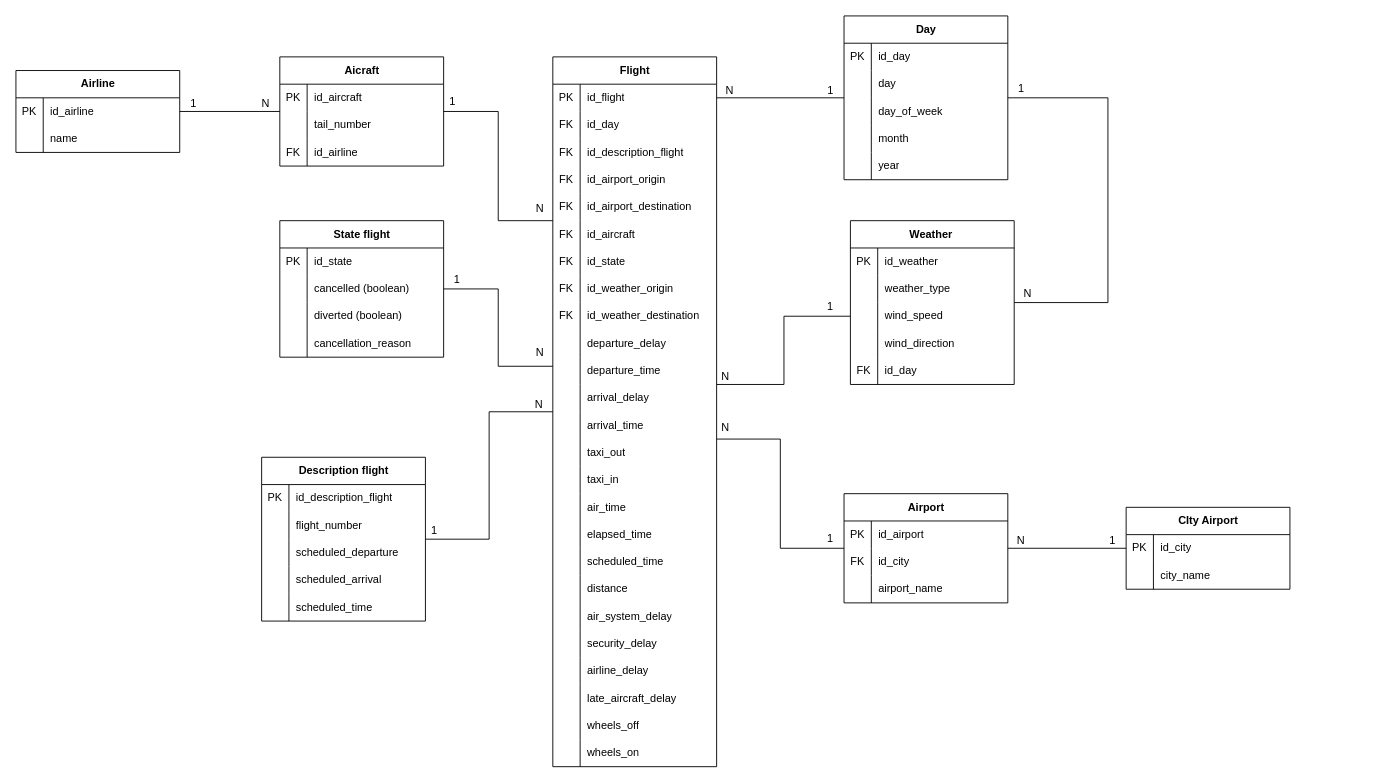
Above: SnowFlake_flights_weather.drawio in NIKFIORE/DataWarehouse_Flights-Weather (draw.io), before the change. Source tidied: cells renumbered, new cells numbered last; positions are measured from the earlier drawing's top-left corner, leaving out a move shared by most shapes. Both pictures are drawn from the tidied source at 91%, with x=0, y=0 at pixel (15, 15).
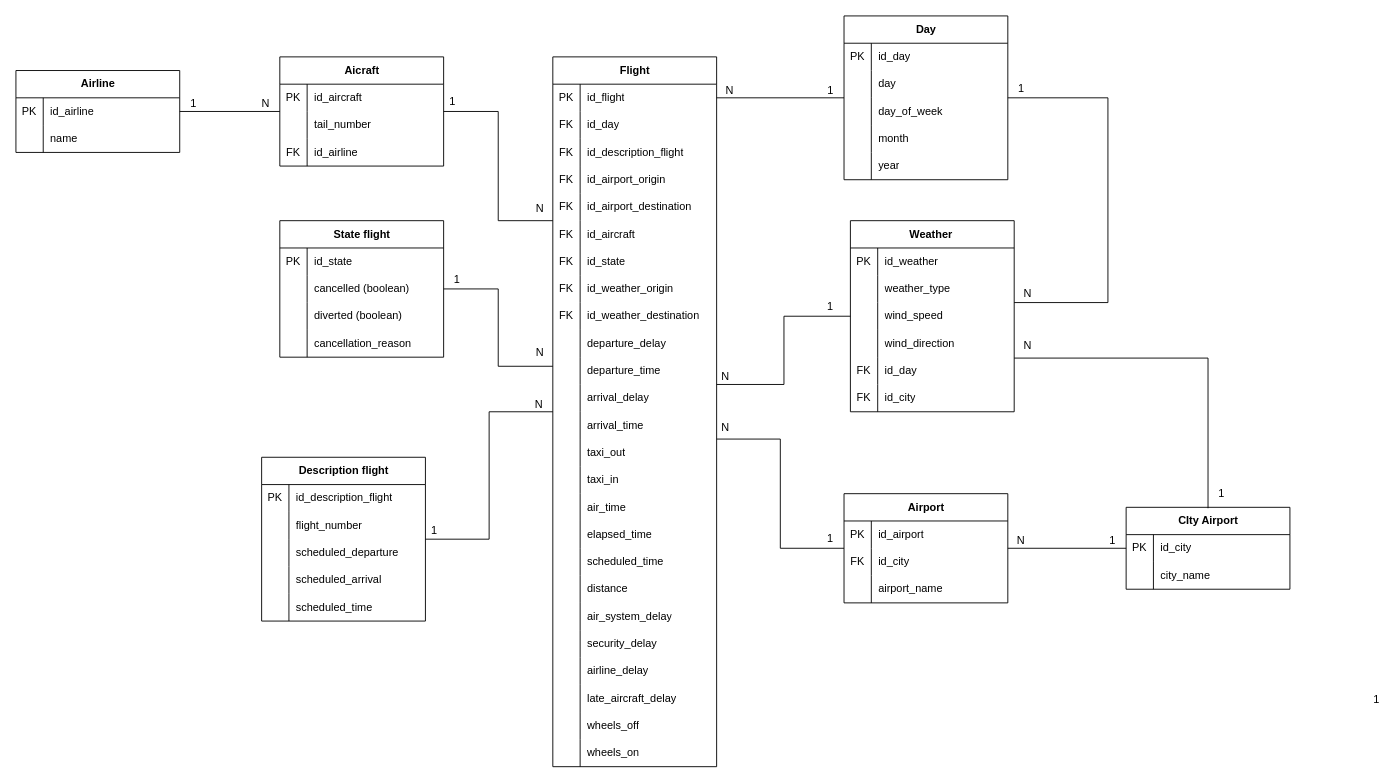
The same diagram, later.

What changed in the source:
```diff
@@
     <mxCell id="151" value="Weather&amp;nbsp;" style="shape=table;startSize=30;childLayout=tableLayout;rowLines=0;fontStyle=1;align=center;html=1;" parent="1" vertex="1">
-      <mxGeometry x="917" y="225" width="180" height="180" as="geometry" />
+      <mxGeometry x="917" y="225" width="180" height="210" as="geometry" />
     </mxCell>
@@
+    <mxCell id="200" style="shape=tableRow;horizontal=0;startSize=0;swimlaneHead=0;swimlaneBody=0;fillColor=none;top=0;left=0;right=0;bottom=0;" parent="151" vertex="1">
+      <mxGeometry y="180" width="180" height="30" as="geometry" />
+    </mxCell>
+    <mxCell id="201" value="FK" style="shape=partialRectangle;fillColor=none;top=0;left=0;bottom=0;right=0;overflow=hidden;whiteSpace=wrap;html=1;" parent="200" vertex="1">
+      <mxGeometry width="30" height="30" as="geometry" />
+    </mxCell>
+    <mxCell id="202" value="id_city" style="shape=partialRectangle;fillColor=none;top=0;left=0;bottom=0;right=0;align=left;spacingLeft=6;overflow=hidden;whiteSpace=wrap;html=1;" parent="200" vertex="1">
+      <mxGeometry x="30" width="150" height="30" as="geometry" />
+    </mxCell>
@@
+    <mxCell id="203" value="1" style="html=1;whiteSpace=wrap;align=left;verticalAlign=bottom;" parent="1" vertex="1">
+      <mxGeometry x="1490" y="760" as="geometry" />
+    </mxCell>
+    <mxCell id="204" style="edgeStyle=orthogonalEdgeStyle;rounded=0;orthogonalLoop=1;jettySize=auto;html=1;endArrow=none;endFill=0;" parent="1" edge="1">
+      <mxGeometry relative="1" as="geometry">
+        <mxPoint x="1097" y="376" as="sourcePoint" />
+        <mxPoint x="1310" y="541" as="targetPoint" />
+        <Array as="points">
+          <mxPoint x="1310" y="376" />
+        </Array>
+      </mxGeometry>
+    </mxCell>
+    <mxCell id="205" value="N" style="text;html=1;whiteSpace=wrap;strokeColor=none;fillColor=none;align=center;verticalAlign=middle;rounded=0;" parent="1" vertex="1">
+      <mxGeometry x="1097" y="348" width="30" height="30" as="geometry" />
+    </mxCell>
+    <mxCell id="206" value="1" style="text;html=1;whiteSpace=wrap;strokeColor=none;fillColor=none;align=center;verticalAlign=middle;rounded=0;" parent="1" vertex="1">
+      <mxGeometry x="1310" y="510" width="30" height="30" as="geometry" />
+    </mxCell>
```
